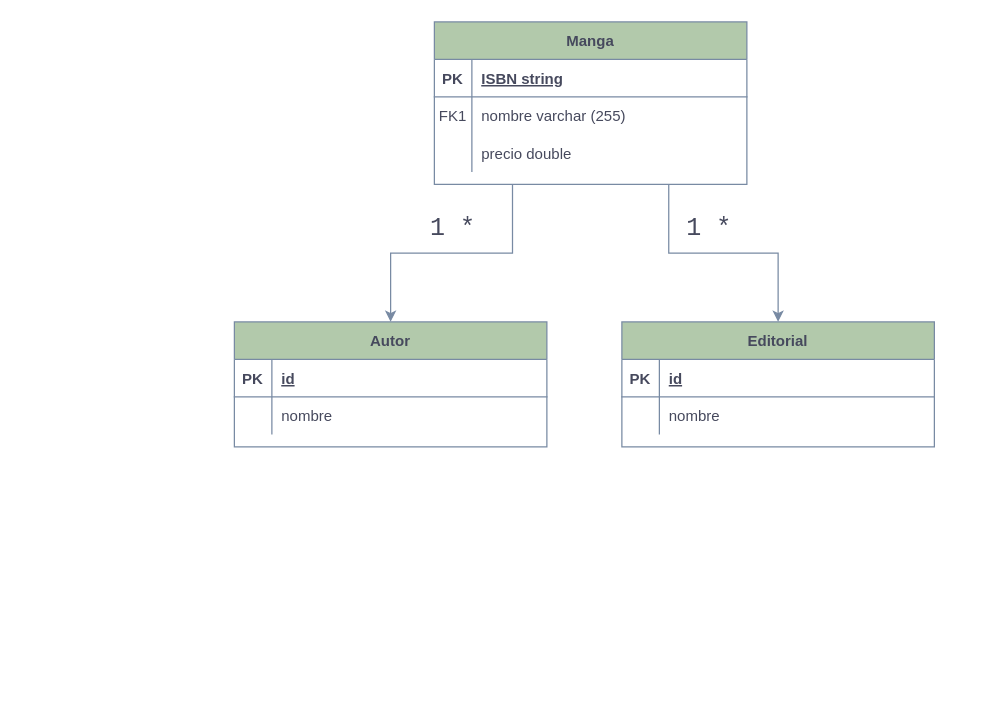
This is Documentation/e-r.drawio from Aikarubi/Nova-manga, a draw.io file, before an edit. Source tidied: cells renumbered, new cells numbered last; positions are measured from the earlier drawing's top-left corner, leaving out a move shared by most shapes. Both pictures are drawn from the tidied source at 125%, with x=0, y=0 at pixel (234, 21).
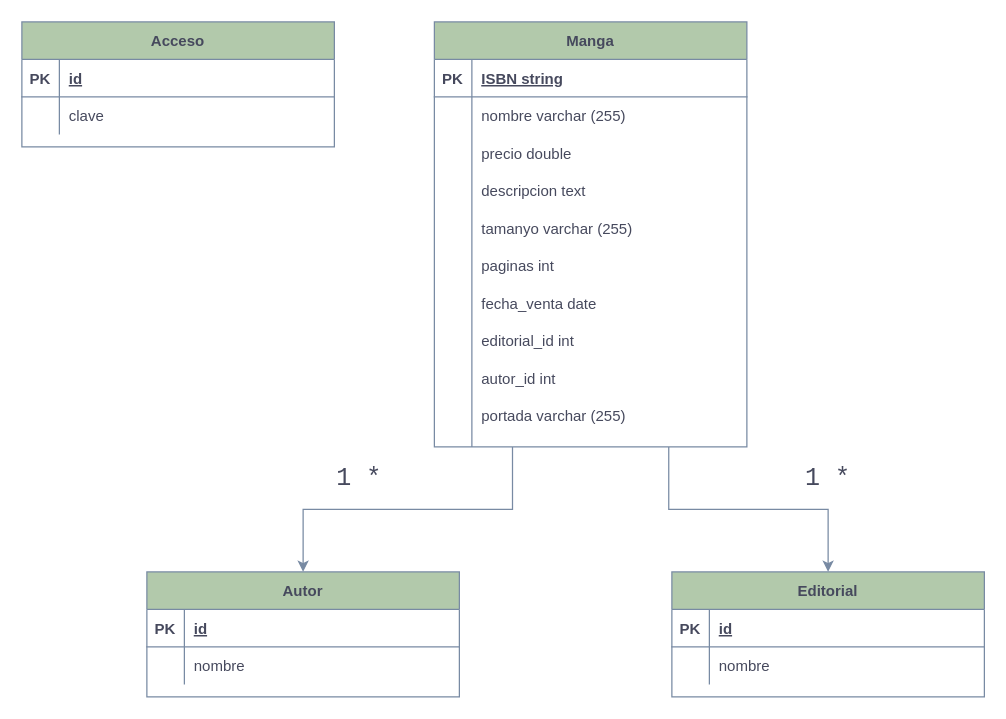
The same page after the edit.

Commit message (it also covers changes not shown here):
modificando memoria

The change refers to these unchanged cells:
```xml
<mxCell id="6" style="shape=partialRectangle;fillColor=none;top=0;left=0;right=0;bottom=0;labelBackgroundColor=none;strokeColor=#788AA3;fontColor=#46495D;rounded=0;" parent="2" vertex="1">
  <mxGeometry y="60" width="250" height="30" as="geometry" />
</mxCell>
```

Change to the diagram source:
```diff
@@
     <mxCell id="2" value="Manga" style="shape=table;startSize=30;childLayout=tableLayout;rowLines=0;fontStyle=1;align=center;labelBackgroundColor=none;fillColor=#B2C9AB;strokeColor=#788AA3;fontColor=#46495D;rounded=0;" parent="1" vertex="1">
-      <mxGeometry x="160" width="250" height="130" as="geometry" />
+      <mxGeometry x="160" width="250" height="340" as="geometry" />
     </mxCell>
@@
-    <mxCell id="7" value="FK1" style="shape=partialRectangle;overflow=hidden;fillColor=none;top=0;left=0;bottom=0;right=0;labelBackgroundColor=none;strokeColor=#788AA3;fontColor=#46495D;rounded=0;" parent="6" vertex="1">
+    <mxCell id="7" style="shape=partialRectangle;overflow=hidden;fillColor=none;top=0;left=0;bottom=0;right=0;labelBackgroundColor=none;strokeColor=#788AA3;fontColor=#46495D;rounded=0;" parent="6" vertex="1">
       <mxGeometry width="30" height="30" as="geometry" />
     </mxCell>
@@
     <mxCell id="12" value="Autor" style="shape=table;startSize=30;childLayout=tableLayout;rowLines=0;fontStyle=1;align=center;labelBackgroundColor=none;fillColor=#B2C9AB;strokeColor=#788AA3;fontColor=#46495D;rounded=0;" parent="1" vertex="1">
-      <mxGeometry y="240" width="250" height="100" as="geometry" />
+      <mxGeometry x="-70" y="440" width="250" height="100" as="geometry" />
     </mxCell>
@@
     <mxCell id="19" value="Editorial" style="shape=table;startSize=30;childLayout=tableLayout;rowLines=0;fontStyle=1;align=center;labelBackgroundColor=none;fillColor=#B2C9AB;strokeColor=#788AA3;fontColor=#46495D;rounded=0;" parent="1" vertex="1">
-      <mxGeometry x="310" y="240" width="250" height="100" as="geometry" />
+      <mxGeometry x="350" y="440" width="250" height="100" as="geometry" />
     </mxCell>
@@
     <mxCell id="26" value="&lt;pre&gt;1 *&lt;/pre&gt;" style="text;html=1;strokeColor=none;fillColor=none;align=center;verticalAlign=middle;whiteSpace=wrap;rounded=0;fontSize=20;fontFamily=Architects Daughter;labelBackgroundColor=none;fontColor=#46495D;" parent="1" vertex="1">
-      <mxGeometry x="145" y="150" width="60" height="30" as="geometry" />
+      <mxGeometry x="70" y="350" width="60" height="30" as="geometry" />
     </mxCell>
     <mxCell id="27" value="&lt;pre&gt;1 *&lt;/pre&gt;" style="text;html=1;strokeColor=none;fillColor=none;align=center;verticalAlign=middle;whiteSpace=wrap;rounded=0;fontSize=20;fontFamily=Architects Daughter;labelBackgroundColor=none;fontColor=#46495D;" parent="1" vertex="1">
-      <mxGeometry x="350" y="150" width="60" height="30" as="geometry" />
+      <mxGeometry x="445" y="350" width="60" height="30" as="geometry" />
     </mxCell>
@@
+    <mxCell id="30" value="descripcion text" style="shape=partialRectangle;overflow=hidden;fillColor=none;top=0;left=0;bottom=0;right=0;align=left;spacingLeft=6;labelBackgroundColor=none;strokeColor=#788AA3;fontColor=#46495D;rounded=0;" parent="1" vertex="1">
+      <mxGeometry x="190" y="120" width="220" height="30" as="geometry" />
+    </mxCell>
+    <mxCell id="31" value="tamanyo varchar (255)" style="shape=partialRectangle;overflow=hidden;fillColor=none;top=0;left=0;bottom=0;right=0;align=left;spacingLeft=6;labelBackgroundColor=none;strokeColor=#788AA3;fontColor=#46495D;rounded=0;" parent="1" vertex="1">
+      <mxGeometry x="190" y="150" width="220" height="30" as="geometry" />
+    </mxCell>
+    <mxCell id="32" value="paginas int" style="shape=partialRectangle;overflow=hidden;fillColor=none;top=0;left=0;bottom=0;right=0;align=left;spacingLeft=6;labelBackgroundColor=none;strokeColor=#788AA3;fontColor=#46495D;rounded=0;" parent="1" vertex="1">
+      <mxGeometry x="190" y="180" width="220" height="30" as="geometry" />
+    </mxCell>
+    <mxCell id="33" value="fecha_venta date" style="shape=partialRectangle;overflow=hidden;fillColor=none;top=0;left=0;bottom=0;right=0;align=left;spacingLeft=6;labelBackgroundColor=none;strokeColor=#788AA3;fontColor=#46495D;rounded=0;" parent="1" vertex="1">
+      <mxGeometry x="190" y="210" width="220" height="30" as="geometry" />
+    </mxCell>
+    <mxCell id="34" value="editorial_id int" style="shape=partialRectangle;overflow=hidden;fillColor=none;top=0;left=0;bottom=0;right=0;align=left;spacingLeft=6;labelBackgroundColor=none;strokeColor=#788AA3;fontColor=#46495D;rounded=0;" parent="1" vertex="1">
+      <mxGeometry x="190" y="240" width="220" height="30" as="geometry" />
+    </mxCell>
+    <mxCell id="35" value="autor_id int" style="shape=partialRectangle;overflow=hidden;fillColor=none;top=0;left=0;bottom=0;right=0;align=left;spacingLeft=6;labelBackgroundColor=none;strokeColor=#788AA3;fontColor=#46495D;rounded=0;" parent="1" vertex="1">
+      <mxGeometry x="190" y="270" width="220" height="30" as="geometry" />
+    </mxCell>
+    <mxCell id="36" value="portada varchar (255)" style="shape=partialRectangle;overflow=hidden;fillColor=none;top=0;left=0;bottom=0;right=0;align=left;spacingLeft=6;labelBackgroundColor=none;strokeColor=#788AA3;fontColor=#46495D;rounded=0;" parent="1" vertex="1">
+      <mxGeometry x="190" y="300" width="220" height="30" as="geometry" />
+    </mxCell>
+    <mxCell id="37" style="endArrow=none;html=1;rounded=0;fillColor=#dae8fc;strokeColor=#788aa3;" parent="1" edge="1">
+      <mxGeometry relative="1" as="geometry">
+        <mxPoint x="190" y="120" as="sourcePoint" />
+        <mxPoint x="190" y="340" as="targetPoint" />
+      </mxGeometry>
+    </mxCell>
+    <mxCell id="38" value="Acceso" style="shape=table;startSize=30;childLayout=tableLayout;rowLines=0;fontStyle=1;align=center;labelBackgroundColor=none;fillColor=#B2C9AB;strokeColor=#788AA3;fontColor=#46495D;rounded=0;" parent="1" vertex="1">
+      <mxGeometry x="-170" width="250" height="100" as="geometry" />
+    </mxCell>
+    <mxCell id="39" style="shape=partialRectangle;fillColor=none;top=0;left=0;right=0;bottom=1;labelBackgroundColor=none;strokeColor=#788AA3;fontColor=#46495D;rounded=0;" parent="38" vertex="1">
+      <mxGeometry y="30" width="250" height="30" as="geometry" />
+    </mxCell>
+    <mxCell id="40" value="PK" style="shape=partialRectangle;overflow=hidden;fillColor=none;top=0;left=0;bottom=0;right=0;fontStyle=1;labelBackgroundColor=none;strokeColor=#788AA3;fontColor=#46495D;rounded=0;" parent="39" vertex="1">
+      <mxGeometry width="30" height="30" as="geometry" />
+    </mxCell>
+    <mxCell id="41" value="id" style="shape=partialRectangle;overflow=hidden;fillColor=none;top=0;left=0;bottom=0;right=0;align=left;spacingLeft=6;fontStyle=5;labelBackgroundColor=none;strokeColor=#788AA3;fontColor=#46495D;rounded=0;" parent="39" vertex="1">
+      <mxGeometry x="30" width="220" height="30" as="geometry" />
+    </mxCell>
+    <mxCell id="42" style="shape=partialRectangle;fillColor=none;top=0;left=0;right=0;bottom=0;labelBackgroundColor=none;strokeColor=#788AA3;fontColor=#46495D;rounded=0;" parent="38" vertex="1">
+      <mxGeometry y="60" width="250" height="30" as="geometry" />
+    </mxCell>
+    <mxCell id="43" style="shape=partialRectangle;overflow=hidden;fillColor=none;top=0;left=0;bottom=0;right=0;labelBackgroundColor=none;strokeColor=#788AA3;fontColor=#46495D;rounded=0;" parent="42" vertex="1">
+      <mxGeometry width="30" height="30" as="geometry" />
+    </mxCell>
+    <mxCell id="44" value="clave" style="shape=partialRectangle;overflow=hidden;fillColor=none;top=0;left=0;bottom=0;right=0;align=left;spacingLeft=6;labelBackgroundColor=none;strokeColor=#788AA3;fontColor=#46495D;rounded=0;" parent="42" vertex="1">
+      <mxGeometry x="30" width="220" height="30" as="geometry" />
+    </mxCell>
```
